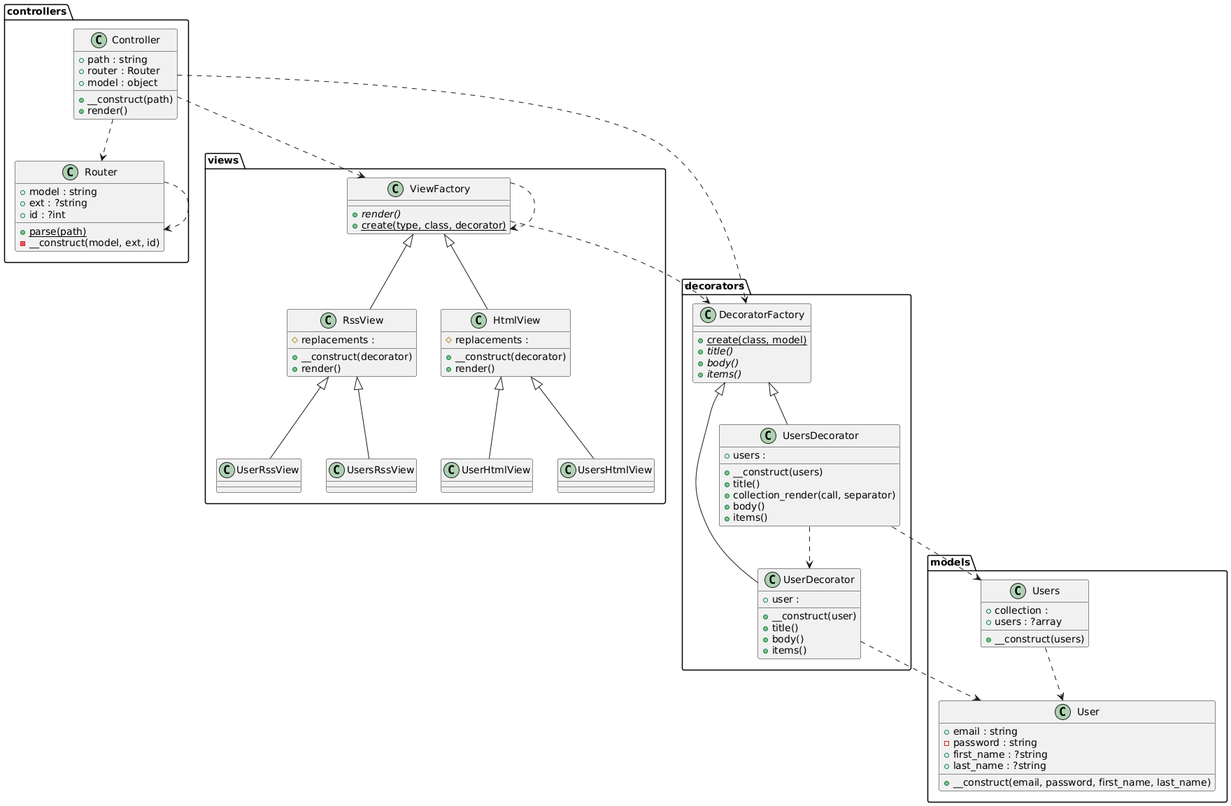
This is lab2/diagrams/mvc.png from Arisha2080/web, a PlantUML export, as it was before one commit. Source of this version:
```plantuml
@startuml
package controllers as controllers {
    class "Router" as controllers_Router {
      +model : string
      +ext : ?string
      +id : ?int
      {static} +parse(path)
      -__construct(model, ext, id)
    }
    class "Controller" as controllers_Controller {
      +path : string
      +router : Router
      +model : object
      +__construct(path)
      +render()
    }
  }
  package models as models {
    class "User" as models_User {
      +email : string
      -password : string
      +first_name : ?string
      +last_name : ?string
      +__construct(email, password, first_name, last_name)
    }
    class "Users" as models_Users {
      +collection :
      +users : ?array
      +__construct(users)
    }
  }
  package decorators as decorators {
    class "UsersDecorator" as decorators_UsersDecorator {
      +users :
      +__construct(users)
      +title()
      +collection_render(call, separator)
      +body()
      +items()
    }
    class "DecoratorFactory" as decorators_DecoratorFactory {
      {static} +create(class, model)
      {abstract} +title()
      {abstract} +body()
      {abstract} +items()
    }
    class "UserDecorator" as decorators_UserDecorator {
      +user :
      +__construct(user)
      +title()
      +body()
      +items()
    }
  }
  package views as views {
    class "RssView" as views_RssView {
      #replacements :
      +__construct(decorator)
      +render()
    }
    class "UserHtmlView" as views_UserHtmlView {
    }
    class "UserRssView" as views_UserRssView {
    }
    class "ViewFactory" as views_ViewFactory {
      {abstract} +render()
      {static} +create(type, class, decorator)
    }
    class "UsersRssView" as views_UsersRssView {
    }
    class "HtmlView" as views_HtmlView {
      #replacements :
      +__construct(decorator)
      +render()
    }
    class "UsersHtmlView" as views_UsersHtmlView {
    }
  }
  controllers_Controller ..> controllers_Router
  controllers_Controller ..> decorators_DecoratorFactory
  controllers_Controller ..> views_ViewFactory
  controllers_Router ..> controllers_Router
  decorators_DecoratorFactory <|-- decorators_UserDecorator
  decorators_DecoratorFactory <|-- decorators_UsersDecorator
  decorators_UserDecorator ..> models_User
  decorators_UsersDecorator ..> decorators_UserDecorator
  decorators_UsersDecorator ..> models_Users
  models_Users ..> models_User
  views_HtmlView <|-- views_UserHtmlView
  views_HtmlView <|-- views_UsersHtmlView
  views_RssView <|-- views_UserRssView
  views_RssView <|-- views_UsersRssView
  views_ViewFactory ..> decorators_DecoratorFactory
  views_ViewFactory ..> views_ViewFactory
  views_ViewFactory <|-- views_HtmlView
  views_ViewFactory <|-- views_RssView
@enduml
```
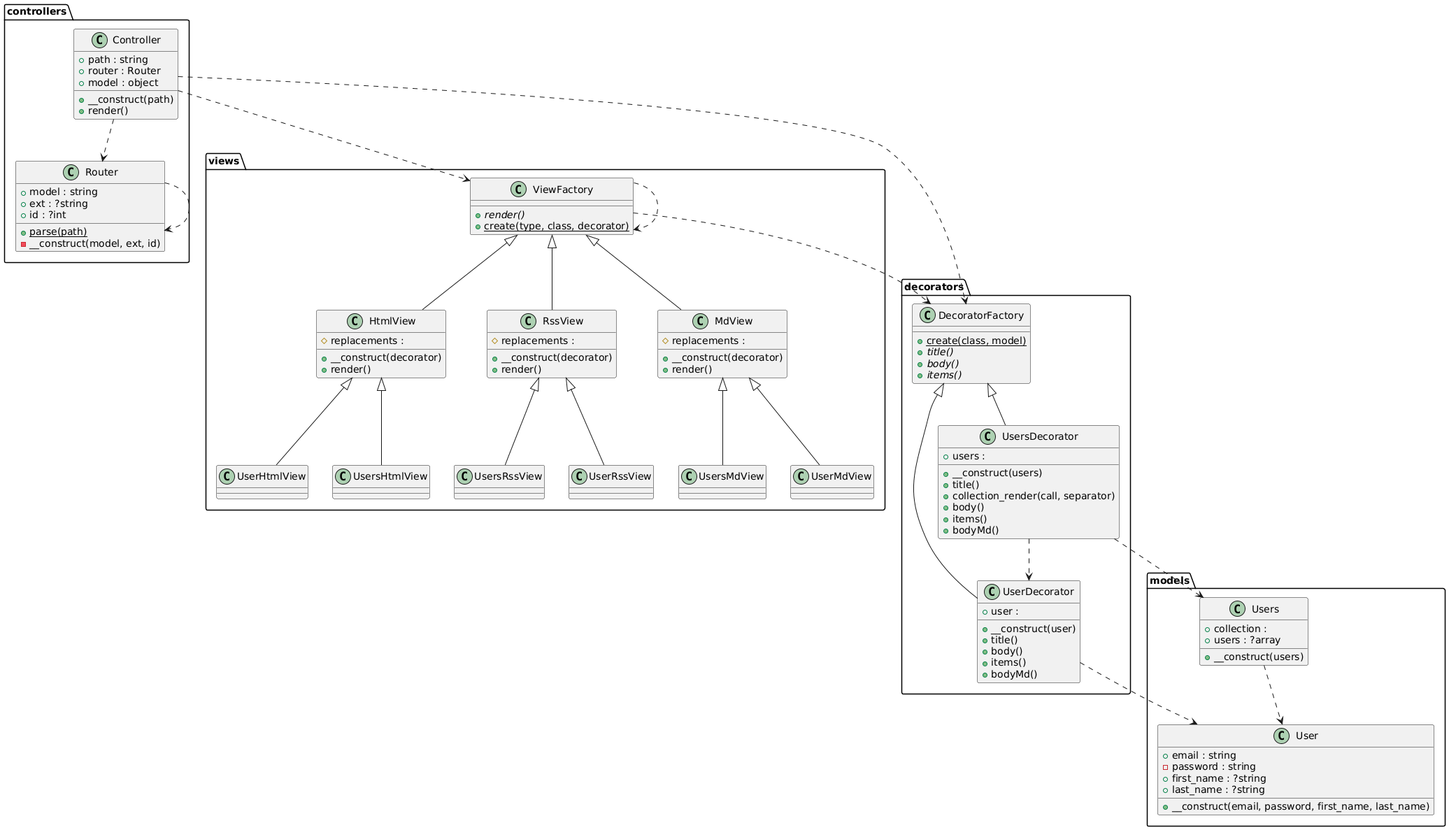
The same file after the commit.

What changed in the source:
```diff
@@ -1,5 +1,63 @@
 @startuml
-package controllers as controllers {
+package decorators as decorators {
+    class "UserDecorator" as decorators_UserDecorator {
+      +user :
+      +__construct(user)
+      +title()
+      +body()
+      +items()
+      +bodyMd()
+    }
+    class "DecoratorFactory" as decorators_DecoratorFactory {
+      {static} +create(class, model)
+      {abstract} +title()
+      {abstract} +body()
+      {abstract} +items()
+    }
+    class "UsersDecorator" as decorators_UsersDecorator {
+      +users :
+      +__construct(users)
+      +title()
+      +collection_render(call, separator)
+      +body()
+      +items()
+      +bodyMd()
+    }
+  }
+  package views as views {
+    class "HtmlView" as views_HtmlView {
+      #replacements :
+      +__construct(decorator)
+      +render()
+    }
+    class "UsersMdView" as views_UsersMdView {
+    }
+    class "RssView" as views_RssView {
+      #replacements :
+      +__construct(decorator)
+      +render()
+    }
+    class "UserHtmlView" as views_UserHtmlView {
+    }
+    class "UsersHtmlView" as views_UsersHtmlView {
+    }
+    class "UsersRssView" as views_UsersRssView {
+    }
+    class "UserMdView" as views_UserMdView {
+    }
+    class "UserRssView" as views_UserRssView {
+    }
+    class "ViewFactory" as views_ViewFactory {
+      {abstract} +render()
+      {static} +create(type, class, decorator)
+    }
+    class "MdView" as views_MdView {
+      #replacements :
+      +__construct(decorator)
+      +render()
+    }
+  }
+  package controllers as controllers {
     class "Router" as controllers_Router {
       +model : string
       +ext : ?string
@@ -29,53 +87,6 @@
       +__construct(users)
     }
   }
-  package decorators as decorators {
-    class "UsersDecorator" as decorators_UsersDecorator {
-      +users :
-      +__construct(users)
-      +title()
-      +collection_render(call, separator)
-      +body()
-      +items()
-    }
-    class "DecoratorFactory" as decorators_DecoratorFactory {
-      {static} +create(class, model)
-      {abstract} +title()
-      {abstract} +body()
-      {abstract} +items()
-    }
-    class "UserDecorator" as decorators_UserDecorator {
-      +user :
-      +__construct(user)
-      +title()
-      +body()
-      +items()
-    }
-  }
-  package views as views {
-    class "RssView" as views_RssView {
-      #replacements :
-      +__construct(decorator)
-      +render()
-    }
-    class "UserHtmlView" as views_UserHtmlView {
-    }
-    class "UserRssView" as views_UserRssView {
-    }
-    class "ViewFactory" as views_ViewFactory {
-      {abstract} +render()
-      {static} +create(type, class, decorator)
-    }
-    class "UsersRssView" as views_UsersRssView {
-    }
-    class "HtmlView" as views_HtmlView {
-      #replacements :
-      +__construct(decorator)
-      +render()
-    }
-    class "UsersHtmlView" as views_UsersHtmlView {
-    }
-  }
   controllers_Controller ..> controllers_Router
   controllers_Controller ..> decorators_DecoratorFactory
   controllers_Controller ..> views_ViewFactory
@@ -88,10 +99,13 @@
   models_Users ..> models_User
   views_HtmlView <|-- views_UserHtmlView
   views_HtmlView <|-- views_UsersHtmlView
+  views_MdView <|-- views_UserMdView
+  views_MdView <|-- views_UsersMdView
   views_RssView <|-- views_UserRssView
   views_RssView <|-- views_UsersRssView
   views_ViewFactory ..> decorators_DecoratorFactory
   views_ViewFactory ..> views_ViewFactory
   views_ViewFactory <|-- views_HtmlView
+  views_ViewFactory <|-- views_MdView
   views_ViewFactory <|-- views_RssView
 @enduml
```
